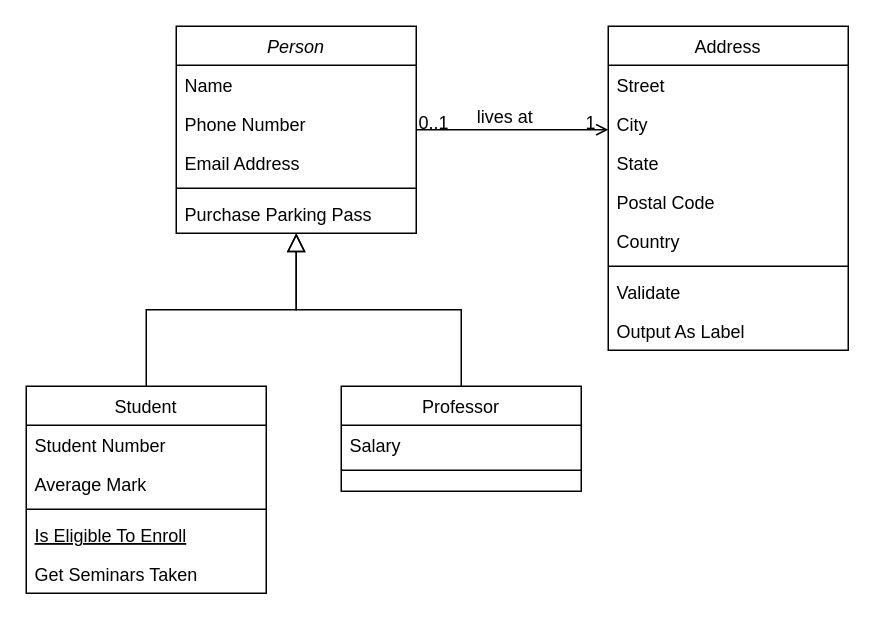
Before: class diagram.drawio in R-TSE-Real-Time-Software-Engineers/SPW-Canteen, a draw.io diagram. Source tidied: cells renumbered, new cells numbered last; positions are measured from the earlier drawing's top-left corner, leaving out a move shared by most shapes. Both pictures are drawn from the tidied source at 150%, with x=0, y=0 at pixel (26, 26).
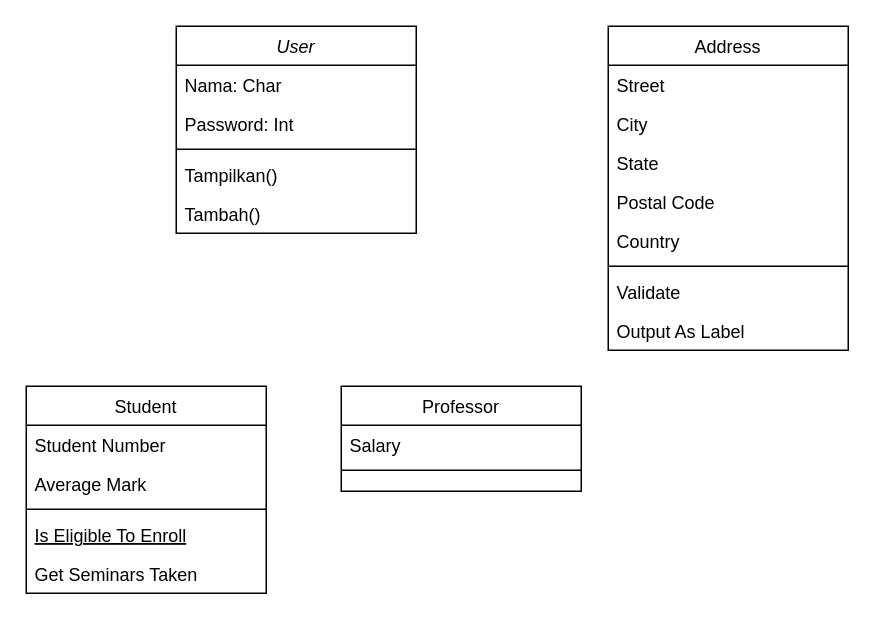
After the change.

The change refers to these unchanged cells:
```xml
<mxCell id="8" value="Student" style="swimlane;fontStyle=0;align=center;verticalAlign=top;horizontal=1;startSize=26;rounded=0;shadow=0;strokeWidth=1;" parent="1" vertex="1">
  <mxGeometry y="240" width="160" height="138" as="geometry" />
</mxCell>
<mxCell id="15" value="Professor" style="swimlane;fontStyle=0;align=center;verticalAlign=top;horizontal=1;startSize=26;rounded=0;shadow=0;strokeWidth=1;" parent="1" vertex="1">
  <mxGeometry x="210" y="240" width="160" height="70" as="geometry" />
</mxCell>
<mxCell id="19" value="Address" style="swimlane;fontStyle=0;align=center;verticalAlign=top;horizontal=1;startSize=26;rounded=0;shadow=0;strokeWidth=1;" parent="1" vertex="1">
  <mxGeometry x="388" width="160" height="216" as="geometry" />
</mxCell>
```

Diff of the diagram source:
```diff
@@
-    <mxCell id="2" value="Person" style="swimlane;fontStyle=2;align=center;verticalAlign=top;horizontal=1;startSize=26;rounded=0;shadow=0;strokeWidth=1;" parent="1" vertex="1">
+    <mxCell id="2" value="User" style="swimlane;fontStyle=2;align=center;verticalAlign=top;horizontal=1;startSize=26;rounded=0;shadow=0;strokeWidth=1;" parent="1" vertex="1">
       <mxGeometry x="100" width="160" height="138" as="geometry" />
     </mxCell>
-    <mxCell id="3" value="Name" style="text;align=left;verticalAlign=top;spacingLeft=4;spacingRight=4;overflow=hidden;" parent="2" vertex="1">
+    <mxCell id="3" value="Nama: Char" style="text;align=left;verticalAlign=top;spacingLeft=4;spacingRight=4;overflow=hidden;" parent="2" vertex="1">
       <mxGeometry y="26" width="160" height="26" as="geometry" />
     </mxCell>
-    <mxCell id="4" value="Phone Number" style="text;align=left;verticalAlign=top;spacingLeft=4;spacingRight=4;overflow=hidden;rounded=0;shadow=0;html=0;" parent="2" vertex="1">
+    <mxCell id="4" value="Password: Int" style="text;align=left;verticalAlign=top;spacingLeft=4;spacingRight=4;overflow=hidden;rounded=0;shadow=0;html=0;" parent="2" vertex="1">
       <mxGeometry y="52" width="160" height="26" as="geometry" />
     </mxCell>
-    <mxCell id="5" value="Email Address" style="text;align=left;verticalAlign=top;spacingLeft=4;spacingRight=4;overflow=hidden;rounded=0;shadow=0;html=0;" parent="2" vertex="1">
-      <mxGeometry y="78" width="160" height="26" as="geometry" />
-    </mxCell>
     <mxCell id="6" style="line;html=1;strokeWidth=1;align=left;verticalAlign=middle;spacingTop=-1;spacingLeft=3;spacingRight=3;labelPosition=right;" parent="2" vertex="1">
-      <mxGeometry y="104" width="160" height="8" as="geometry" />
+      <mxGeometry y="78" width="160" height="8" as="geometry" />
     </mxCell>
-    <mxCell id="7" value="Purchase Parking Pass" style="text;align=left;verticalAlign=top;spacingLeft=4;spacingRight=4;overflow=hidden;" parent="2" vertex="1">
-      <mxGeometry y="112" width="160" height="26" as="geometry" />
+    <mxCell id="7" value="Tampilkan()&#10;" style="text;align=left;verticalAlign=top;spacingLeft=4;spacingRight=4;overflow=hidden;" parent="2" vertex="1">
+      <mxGeometry y="86" width="160" height="26" as="geometry" />
     </mxCell>
+    <mxCell id="32" value="Tambah()" style="text;align=left;verticalAlign=top;spacingLeft=4;spacingRight=4;overflow=hidden;" parent="2" vertex="1">
+      <mxGeometry y="112" width="160" height="26" as="geometry" />
+    </mxCell>
@@
-    <mxCell id="14" style="endArrow=block;endSize=10;endFill=0;shadow=0;strokeWidth=1;rounded=0;curved=0;edgeStyle=elbowEdgeStyle;elbow=vertical;" parent="1" edge="1" source="8" target="2">
-      <mxGeometry relative="1" as="geometry" />
-    </mxCell>
@@
-    <mxCell id="18" style="endArrow=block;endSize=10;endFill=0;shadow=0;strokeWidth=1;rounded=0;curved=0;edgeStyle=elbowEdgeStyle;elbow=vertical;" parent="1" edge="1" source="15" target="2">
-      <mxGeometry relative="1" as="geometry" />
-    </mxCell>
@@
-    <mxCell id="28" style="endArrow=open;shadow=0;strokeWidth=1;rounded=0;curved=0;endFill=1;edgeStyle=elbowEdgeStyle;elbow=vertical;" parent="1" edge="1" source="2" target="19">
-      <mxGeometry x="0.5" y="41" relative="1" as="geometry">
-        <mxPoint x="-40" y="32" as="offset" />
-      </mxGeometry>
-    </mxCell>
-    <mxCell id="29" value="0..1" style="align=left;verticalAlign=bottom;labelBackgroundColor=none;fontSize=12;" parent="28" vertex="1">
-      <mxGeometry x="-1" relative="1" as="geometry">
-        <mxPoint y="4" as="offset" />
-      </mxGeometry>
-    </mxCell>
-    <mxCell id="30" value="1" style="align=right;verticalAlign=bottom;labelBackgroundColor=none;fontSize=12;" parent="28" vertex="1">
-      <mxGeometry x="1" relative="1" as="geometry">
-        <mxPoint x="-7" y="4" as="offset" />
-      </mxGeometry>
-    </mxCell>
-    <mxCell id="31" value="lives at" style="text;html=1;align=center;verticalAlign=middle;labelBackgroundColor=none;rounded=0;shadow=0;strokeWidth=1;fontSize=12;" parent="28" vertex="1">
-      <mxGeometry x="0.5" y="49" relative="1" as="geometry">
-        <mxPoint x="-38" y="40" as="offset" />
-      </mxGeometry>
-    </mxCell>
```
